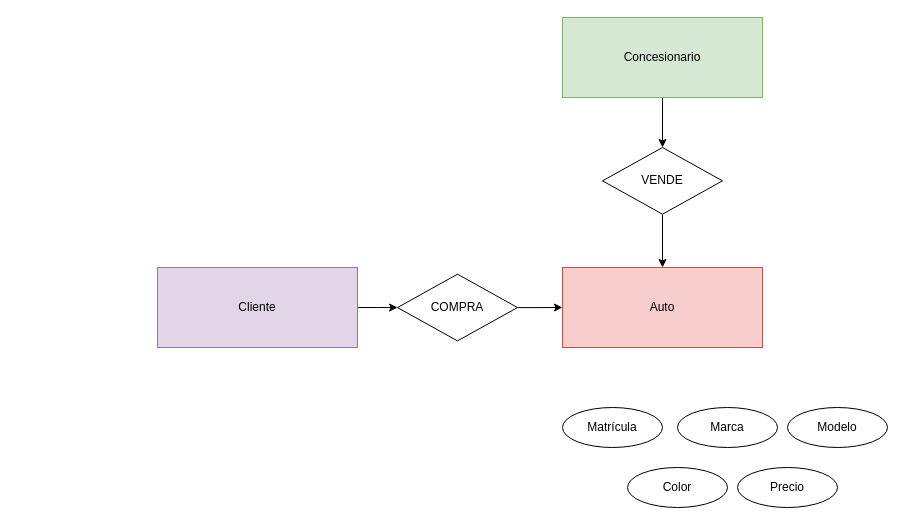
Before: Ejercicio2.drawio in Libelulapop/Base-de-Datos, a draw.io diagram. Source tidied: cells renumbered, new cells numbered last; positions are measured from the earlier drawing's top-left corner, leaving out a move shared by most shapes. Both pictures are drawn from the tidied source at 100%, with x=0, y=0 at pixel (157, 17).
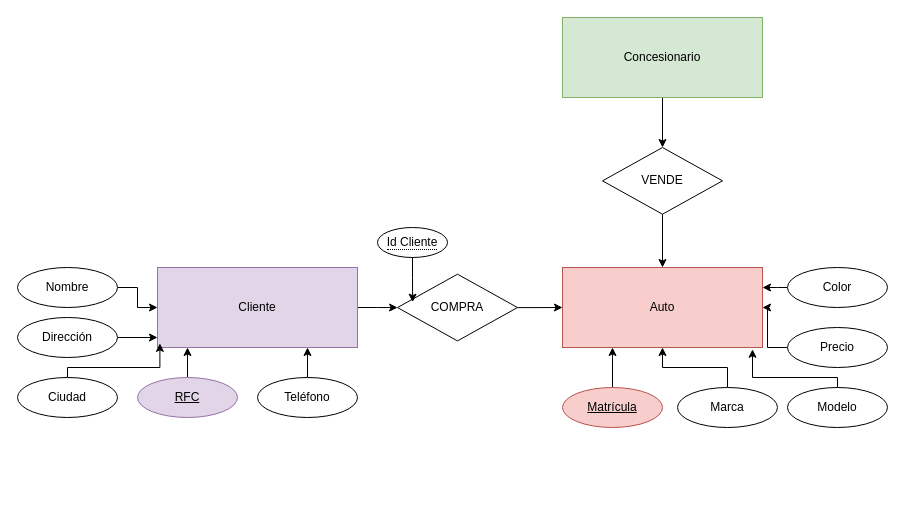
After the change.

The change refers to these unchanged cells:
```xml
<mxCell id="2" value="Auto" style="whiteSpace=wrap;html=1;align=center;fillColor=#f8cecc;strokeColor=#b85450;" parent="1" vertex="1">
  <mxGeometry x="405" y="250" width="200" height="80" as="geometry" />
</mxCell>
<mxCell id="4" value="Cliente" style="whiteSpace=wrap;html=1;align=center;fillColor=#e1d5e7;strokeColor=#9673a6;" parent="1" vertex="1">
  <mxGeometry y="250" width="200" height="80" as="geometry" />
</mxCell>
<mxCell id="8" value="COMPRA" style="shape=rhombus;perimeter=rhombusPerimeter;whiteSpace=wrap;html=1;align=center;" parent="1" vertex="1">
  <mxGeometry x="240" y="256.7" width="120" height="66.7" as="geometry" />
</mxCell>
```

What changed in the source:
```diff
@@
+    <mxCell id="16" style="edgeStyle=orthogonalEdgeStyle;rounded=0;jettySize=auto;html=1;" parent="1" edge="1" source="12" target="2">
+      <mxGeometry relative="1" as="geometry" />
+    </mxCell>
+    <mxCell id="12" value="Marca" style="ellipse;whiteSpace=wrap;html=1;align=center;" parent="1" vertex="1">
+      <mxGeometry x="520" y="370" width="100" height="40" as="geometry" />
+    </mxCell>
+    <mxCell id="17" style="edgeStyle=orthogonalEdgeStyle;rounded=0;jettySize=auto;html=1;entryX=0.95;entryY=1.022;entryDx=0;entryDy=0;entryPerimeter=0;" parent="1" edge="1" source="13" target="2">
+      <mxGeometry relative="1" as="geometry">
+        <Array as="points">
+          <mxPoint x="680" y="360" />
+          <mxPoint x="595" y="360" />
+        </Array>
+      </mxGeometry>
+    </mxCell>
+    <mxCell id="13" value="Modelo" style="ellipse;whiteSpace=wrap;html=1;align=center;" parent="1" vertex="1">
+      <mxGeometry x="630" y="370" width="100" height="40" as="geometry" />
+    </mxCell>
+    <mxCell id="18" style="edgeStyle=orthogonalEdgeStyle;rounded=0;jettySize=auto;html=1;" parent="1" edge="1" source="14" target="2">
+      <mxGeometry relative="1" as="geometry">
+        <Array as="points">
+          <mxPoint x="620" y="270" />
+          <mxPoint x="620" y="270" />
+        </Array>
+      </mxGeometry>
+    </mxCell>
+    <mxCell id="14" value="Color" style="ellipse;whiteSpace=wrap;html=1;align=center;" parent="1" vertex="1">
+      <mxGeometry x="630" y="250" width="100" height="40" as="geometry" />
+    </mxCell>
+    <mxCell id="19" style="edgeStyle=orthogonalEdgeStyle;rounded=0;jettySize=auto;html=1;" parent="1" edge="1" source="15" target="2">
+      <mxGeometry relative="1" as="geometry" />
+    </mxCell>
+    <mxCell id="15" value="Precio" style="ellipse;whiteSpace=wrap;html=1;align=center;" parent="1" vertex="1">
+      <mxGeometry x="630" y="310" width="100" height="40" as="geometry" />
+    </mxCell>
+    <mxCell id="20" style="edgeStyle=orthogonalEdgeStyle;rounded=0;jettySize=auto;html=1;" parent="1" edge="1" source="11" target="2">
+      <mxGeometry relative="1" as="geometry">
+        <Array as="points">
+          <mxPoint x="455" y="340" />
+          <mxPoint x="455" y="340" />
+        </Array>
+      </mxGeometry>
+    </mxCell>
-    <mxCell id="11" value="Matrícula" style="ellipse;whiteSpace=wrap;html=1;align=center;" parent="1" vertex="1">
-      <mxGeometry x="405" y="390" width="100" height="40" as="geometry" />
+    <mxCell id="11" value="Matrícula" style="ellipse;whiteSpace=wrap;html=1;align=center;fontStyle=4;fillColor=#f8cecc;strokeColor=#b85450;" parent="1" vertex="1">
+      <mxGeometry x="405" y="370" width="100" height="40" as="geometry" />
     </mxCell>
-    <mxCell id="12" value="Marca" style="ellipse;whiteSpace=wrap;html=1;align=center;" parent="1" vertex="1">
-      <mxGeometry x="520" y="390" width="100" height="40" as="geometry" />
-    </mxCell>
-    <mxCell id="13" value="Modelo" style="ellipse;whiteSpace=wrap;html=1;align=center;" parent="1" vertex="1">
-      <mxGeometry x="630" y="390" width="100" height="40" as="geometry" />
-    </mxCell>
-    <mxCell id="14" value="Color" style="ellipse;whiteSpace=wrap;html=1;align=center;" parent="1" vertex="1">
-      <mxGeometry x="470" y="450" width="100" height="40" as="geometry" />
-    </mxCell>
-    <mxCell id="15" value="Precio" style="ellipse;whiteSpace=wrap;html=1;align=center;" parent="1" vertex="1">
-      <mxGeometry x="580" y="450" width="100" height="40" as="geometry" />
-    </mxCell>
+    <mxCell id="21" style="edgeStyle=orthogonalEdgeStyle;rounded=0;jettySize=auto;html=1;" parent="1" edge="1" source="22" target="4">
+      <mxGeometry relative="1" as="geometry" />
+    </mxCell>
+    <mxCell id="22" value="Nombre" style="ellipse;whiteSpace=wrap;html=1;align=center;" parent="1" vertex="1">
+      <mxGeometry x="-140" y="250" width="100" height="40" as="geometry" />
+    </mxCell>
+    <mxCell id="23" style="edgeStyle=orthogonalEdgeStyle;rounded=0;jettySize=auto;html=1;" parent="1" edge="1" source="24" target="4">
+      <mxGeometry relative="1" as="geometry">
+        <Array as="points">
+          <mxPoint y="310" />
+          <mxPoint y="310" />
+        </Array>
+      </mxGeometry>
+    </mxCell>
+    <mxCell id="24" value="Dirección" style="ellipse;whiteSpace=wrap;html=1;align=center;" parent="1" vertex="1">
+      <mxGeometry x="-140" y="300" width="100" height="40" as="geometry" />
+    </mxCell>
+    <mxCell id="25" style="edgeStyle=orthogonalEdgeStyle;rounded=0;jettySize=auto;html=1;entryX=0.012;entryY=0.949;entryDx=0;entryDy=0;entryPerimeter=0;" parent="1" edge="1" source="26" target="4">
+      <mxGeometry relative="1" as="geometry">
+        <Array as="points">
+          <mxPoint x="-90" y="350" />
+          <mxPoint x="2" y="350" />
+        </Array>
+      </mxGeometry>
+    </mxCell>
+    <mxCell id="26" value="Ciudad" style="ellipse;whiteSpace=wrap;html=1;align=center;" parent="1" vertex="1">
+      <mxGeometry x="-140" y="360" width="100" height="40" as="geometry" />
+    </mxCell>
+    <mxCell id="27" style="edgeStyle=orthogonalEdgeStyle;rounded=0;jettySize=auto;html=1;entryX=0.75;entryY=1;entryDx=0;entryDy=0;" parent="1" edge="1" source="28" target="4">
+      <mxGeometry relative="1" as="geometry" />
+    </mxCell>
+    <mxCell id="28" value="Teléfono" style="ellipse;whiteSpace=wrap;html=1;align=center;" parent="1" vertex="1">
+      <mxGeometry x="100" y="360" width="100" height="40" as="geometry" />
+    </mxCell>
+    <mxCell id="29" style="edgeStyle=orthogonalEdgeStyle;rounded=0;jettySize=auto;html=1;" parent="1" edge="1" source="30" target="4">
+      <mxGeometry relative="1" as="geometry">
+        <Array as="points">
+          <mxPoint x="30" y="330" />
+          <mxPoint x="30" y="330" />
+        </Array>
+      </mxGeometry>
+    </mxCell>
+    <mxCell id="30" value="RFC" style="ellipse;whiteSpace=wrap;html=1;align=center;fontStyle=4;fillColor=#e1d5e7;strokeColor=#9673a6;" parent="1" vertex="1">
+      <mxGeometry x="-20" y="360" width="100" height="40" as="geometry" />
+    </mxCell>
+    <mxCell id="31" style="edgeStyle=orthogonalEdgeStyle;rounded=0;jettySize=auto;html=1;entryX=0.126;entryY=0.419;entryDx=0;entryDy=0;entryPerimeter=0;" parent="1" edge="1" source="32" target="8">
+      <mxGeometry relative="1" as="geometry" />
+    </mxCell>
+    <mxCell id="32" value="&lt;span style=&quot;border-bottom: 1px dotted&quot;&gt;Id Cliente&lt;/span&gt;" style="ellipse;whiteSpace=wrap;html=1;align=center;" parent="1" vertex="1">
+      <mxGeometry x="220" y="210" width="70" height="30" as="geometry" />
+    </mxCell>
```
